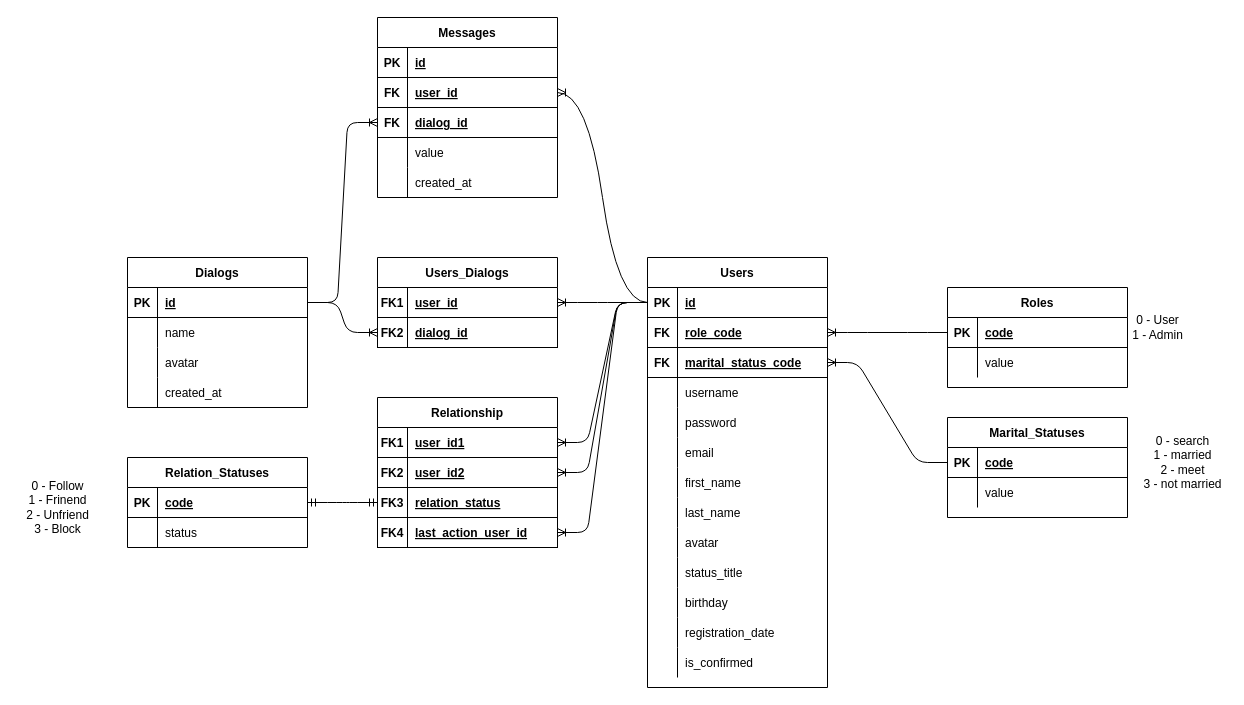
Fladit/besedka-backend keeps this draw.io diagram as assets/database-schema.drawio. Above is the earlier version. Source tidied: cells renumbered, new cells numbered last; positions are measured from the earlier drawing's top-left corner, leaving out a move shared by most shapes. Both pictures are drawn from the tidied source at 100%, with x=0, y=0 at pixel (17, 17).
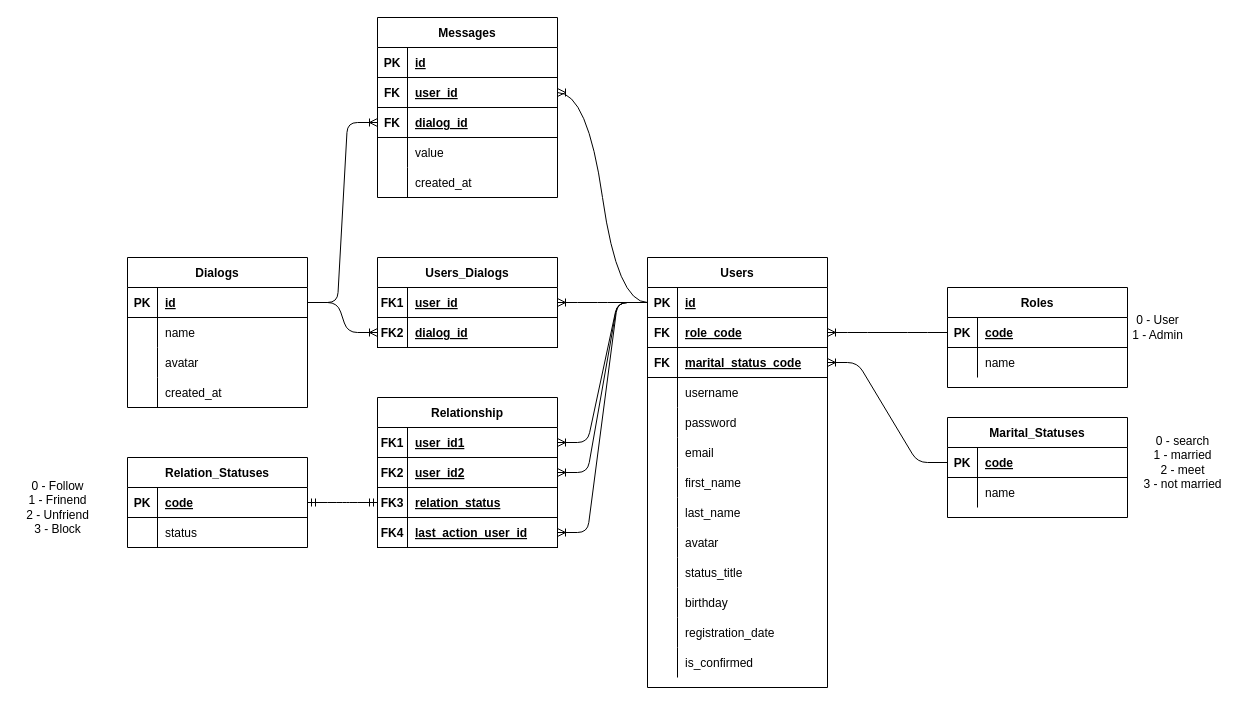
The same page after the edit.

The change refers to these unchanged cells:
```xml
<mxCell id="46" style="shape=partialRectangle;fillColor=none;top=0;left=0;bottom=0;right=0;" parent="42" vertex="1">
  <mxGeometry y="60" width="180" height="30" as="geometry" />
</mxCell>
<mxCell id="54" style="shape=partialRectangle;fillColor=none;top=0;left=0;bottom=0;right=0;" parent="50" vertex="1">
  <mxGeometry y="60" width="180" height="30" as="geometry" />
</mxCell>
```

The edit, as a diff of the source:
```diff
@@
-    <mxCell id="48" value="value" style="shape=partialRectangle;fillColor=none;top=0;left=0;bottom=0;right=0;align=left;spacingLeft=6;overflow=hidden;" parent="46" vertex="1">
+    <mxCell id="48" value="name" style="shape=partialRectangle;fillColor=none;top=0;left=0;bottom=0;right=0;align=left;spacingLeft=6;overflow=hidden;" parent="46" vertex="1">
       <mxGeometry x="30" width="150" height="30" as="geometry" />
     </mxCell>
@@
-    <mxCell id="56" value="value" style="shape=partialRectangle;fillColor=none;top=0;left=0;bottom=0;right=0;align=left;spacingLeft=6;overflow=hidden;" parent="54" vertex="1">
+    <mxCell id="56" value="name" style="shape=partialRectangle;fillColor=none;top=0;left=0;bottom=0;right=0;align=left;spacingLeft=6;overflow=hidden;" parent="54" vertex="1">
       <mxGeometry x="30" width="150" height="30" as="geometry" />
     </mxCell>
```
